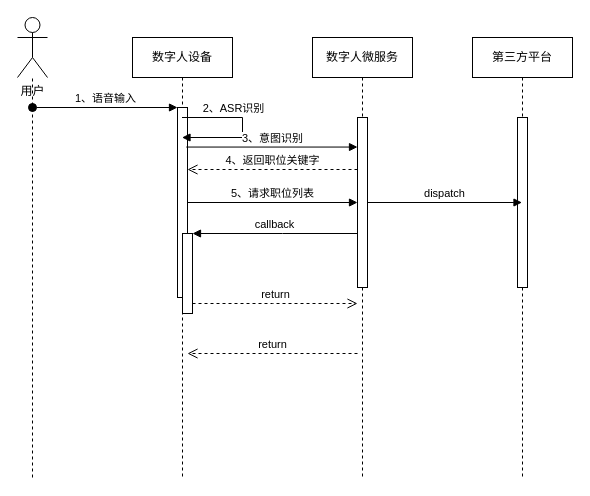
The draw.io diagram 未命名绘图.drawio in zhuxuchao/zhuxuchao.github.io, before the edit. Source tidied: cells renumbered, new cells numbered last; positions are measured from the earlier drawing's top-left corner, leaving out a move shared by most shapes. Both pictures are drawn from the tidied source at 100%, with x=0, y=0 at pixel (17, 17).
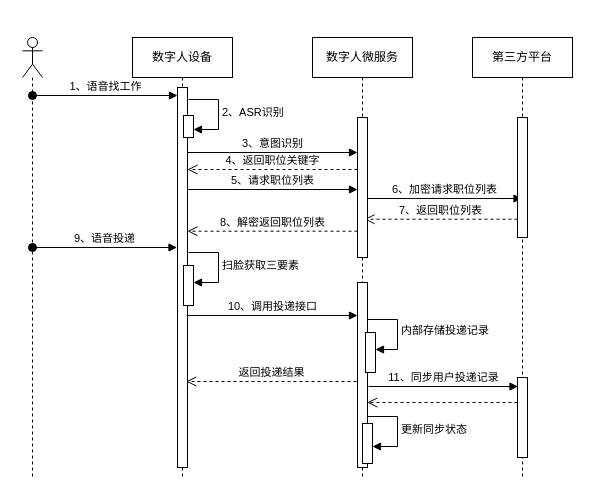
Above is the later version.

Commit message (it also covers changes not shown here):
更新未命名绘图.drawio

Unchanged cells that the change refers to:
```xml
<mxCell id="2" value="数字人设备" style="shape=umlLifeline;perimeter=lifelinePerimeter;whiteSpace=wrap;html=1;outlineConnect=0;portConstraint=eastwest;newEdgeStyle={&quot;edgeStyle&quot;:&quot;elbowEdgeStyle&quot;,&quot;elbow&quot;:&quot;vertical&quot;,&quot;curved&quot;:0,&quot;rounded&quot;:0};" parent="1" vertex="1">
  <mxGeometry x="115" y="20" width="100" height="440" as="geometry" />
</mxCell>
<mxCell id="6" value="数字人微服务" style="shape=umlLifeline;perimeter=lifelinePerimeter;whiteSpace=wrap;html=1;outlineConnect=0;portConstraint=eastwest;newEdgeStyle={&quot;edgeStyle&quot;:&quot;elbowEdgeStyle&quot;,&quot;elbow&quot;:&quot;vertical&quot;,&quot;curved&quot;:0,&quot;rounded&quot;:0};" parent="1" vertex="1">
  <mxGeometry x="295" y="20" width="100" height="440" as="geometry" />
</mxCell>
<mxCell id="13" value="第三方平台" style="shape=umlLifeline;perimeter=lifelinePerimeter;whiteSpace=wrap;html=1;outlineConnect=0;portConstraint=eastwest;newEdgeStyle={&quot;edgeStyle&quot;:&quot;elbowEdgeStyle&quot;,&quot;elbow&quot;:&quot;vertical&quot;,&quot;curved&quot;:0,&quot;rounded&quot;:0};" parent="1" vertex="1">
  <mxGeometry x="455" y="20" width="100" height="440" as="geometry" />
</mxCell>
```

Change to the diagram source:
```diff
@@
-    <mxCell id="3" style="html=1;points=[];perimeter=orthogonalPerimeter;outlineConnect=0;targetShapes=umlLifeline;portConstraint=eastwest;newEdgeStyle={&quot;edgeStyle&quot;:&quot;elbowEdgeStyle&quot;,&quot;elbow&quot;:&quot;vertical&quot;,&quot;curved&quot;:0,&quot;rounded&quot;:0};" parent="2" vertex="1">
-      <mxGeometry x="45" y="70" width="10" height="190" as="geometry" />
-    </mxCell>
-    <mxCell id="4" value="1、语音输入" style="html=1;verticalAlign=bottom;startArrow=oval;endArrow=block;startSize=8;edgeStyle=elbowEdgeStyle;elbow=vertical;curved=0;rounded=0;" parent="2" edge="1" target="3">
-      <mxGeometry relative="1" as="geometry">
-        <mxPoint x="-100" y="70" as="sourcePoint" />
-      </mxGeometry>
-    </mxCell>
-    <mxCell id="5" style="html=1;points=[];perimeter=orthogonalPerimeter;outlineConnect=0;targetShapes=umlLifeline;portConstraint=eastwest;newEdgeStyle={&quot;edgeStyle&quot;:&quot;elbowEdgeStyle&quot;,&quot;elbow&quot;:&quot;vertical&quot;,&quot;curved&quot;:0,&quot;rounded&quot;:0};" parent="2" vertex="1">
-      <mxGeometry x="50" y="196" width="10" height="80" as="geometry" />
-    </mxCell>
@@
-    <mxCell id="7" style="html=1;points=[];perimeter=orthogonalPerimeter;outlineConnect=0;targetShapes=umlLifeline;portConstraint=eastwest;newEdgeStyle={&quot;edgeStyle&quot;:&quot;elbowEdgeStyle&quot;,&quot;elbow&quot;:&quot;vertical&quot;,&quot;curved&quot;:0,&quot;rounded&quot;:0};" parent="6" vertex="1">
-      <mxGeometry x="45" y="80" width="10" height="170" as="geometry" />
-    </mxCell>
+    <mxCell id="20" style="html=1;perimeter=orthogonalPerimeter;targetShapes=umlLifeline;newEdgeStyle={&quot;curved&quot;:0,&quot;rounded&quot;:0};" parent="6" vertex="1">
+      <mxGeometry x="45" y="245" width="10" height="185" as="geometry" />
+    </mxCell>
+    <mxCell id="21" style="html=1;perimeter=orthogonalPerimeter;targetShapes=umlLifeline;newEdgeStyle={&quot;curved&quot;:0,&quot;rounded&quot;:0};" parent="6" vertex="1">
+      <mxGeometry x="53" y="295" width="10" height="40" as="geometry" />
+    </mxCell>
+    <mxCell id="22" value="内部存储投递记录" style="html=1;align=left;spacingLeft=2;endArrow=block;rounded=0;edgeStyle=orthogonalEdgeStyle;curved=0;rounded=0;" parent="6" edge="1">
+      <mxGeometry relative="1" as="geometry">
+        <mxPoint x="55" y="282" as="sourcePoint" />
+        <mxPoint x="63" y="312" as="targetPoint" />
+        <Array as="points">
+          <mxPoint x="85" y="312" />
+        </Array>
+      </mxGeometry>
+    </mxCell>
-    <mxCell id="8" value="return" style="html=1;verticalAlign=bottom;endArrow=open;dashed=1;endSize=8;edgeStyle=elbowEdgeStyle;elbow=vertical;curved=0;rounded=0;" parent="1" edge="1">
+    <mxCell id="8" value="8、解密返回职位列表" style="html=1;verticalAlign=bottom;endArrow=open;dashed=1;endSize=8;edgeStyle=elbowEdgeStyle;elbow=vertical;curved=0;rounded=0;" parent="1" edge="1" target="3">
       <mxGeometry relative="1" as="geometry">
-        <mxPoint x="340" y="336" as="sourcePoint" />
-        <mxPoint x="170" y="336" as="targetPoint" />
+        <mxPoint x="340" y="213.7" as="sourcePoint" />
         <Array as="points">
-          <mxPoint x="265" y="336" />
+          <mxPoint x="265" y="213.7" />
         </Array>
       </mxGeometry>
     </mxCell>
-    <mxCell id="9" value="callback" style="html=1;verticalAlign=bottom;endArrow=block;edgeStyle=elbowEdgeStyle;elbow=vertical;curved=0;rounded=0;" parent="1" edge="1" target="5">
-      <mxGeometry relative="1" as="geometry">
-        <mxPoint x="340" y="216" as="sourcePoint" />
-        <Array as="points">
-          <mxPoint x="265" y="216" />
-        </Array>
-      </mxGeometry>
-    </mxCell>
-    <mxCell id="10" value="return" style="html=1;verticalAlign=bottom;endArrow=open;dashed=1;endSize=8;edgeStyle=elbowEdgeStyle;elbow=vertical;curved=0;rounded=0;" parent="1" edge="1" source="5">
-      <mxGeometry relative="1" as="geometry">
-        <mxPoint x="340" y="286" as="targetPoint" />
-        <Array as="points">
-          <mxPoint x="255" y="286" />
-        </Array>
-      </mxGeometry>
-    </mxCell>
-    <mxCell id="11" value="用户" style="shape=umlActor;verticalLabelPosition=bottom;verticalAlign=top;html=1;outlineConnect=0;" parent="1" vertex="1">
-      <mxGeometry width="30" height="60" as="geometry" />
-    </mxCell>
-    <mxCell id="12" style="endArrow=none;dashed=1;html=1;rounded=0;" parent="1" edge="1" target="11">
-      <mxGeometry relative="1" as="geometry">
-        <mxPoint x="15" y="460" as="sourcePoint" />
-      </mxGeometry>
-    </mxCell>
@@
-    <mxCell id="14" style="html=1;points=[];perimeter=orthogonalPerimeter;outlineConnect=0;targetShapes=umlLifeline;portConstraint=eastwest;newEdgeStyle={&quot;edgeStyle&quot;:&quot;elbowEdgeStyle&quot;,&quot;elbow&quot;:&quot;vertical&quot;,&quot;curved&quot;:0,&quot;rounded&quot;:0};" parent="13" vertex="1">
-      <mxGeometry x="45" y="80" width="10" height="170" as="geometry" />
-    </mxCell>
-    <mxCell id="15" value="2、ASR识别" style="html=1;verticalAlign=bottom;endArrow=block;curved=0;rounded=0;" parent="1" edge="1" source="2" target="2">
-      <mxGeometry x="-0.28" relative="1" as="geometry">
-        <Array as="points">
-          <mxPoint x="225" y="100" />
-          <mxPoint x="225" y="120" />
-        </Array>
-      </mxGeometry>
-    </mxCell>
+    <mxCell id="23" style="html=1;perimeter=orthogonalPerimeter;targetShapes=umlLifeline;newEdgeStyle={&quot;curved&quot;:0,&quot;rounded&quot;:0};" parent="13" vertex="1">
+      <mxGeometry x="45" y="340" width="10" height="80" as="geometry" />
+    </mxCell>
-    <mxCell id="16" value="3、意图识别" style="html=1;verticalAlign=bottom;endArrow=block;curved=0;rounded=0;exitX=0.538;exitY=0.249;exitDx=0;exitDy=0;exitPerimeter=0;" parent="1" edge="1" source="2" target="7">
-      <mxGeometry relative="1" as="geometry" />
+    <mxCell id="16" value="3、意图识别" style="html=1;verticalAlign=bottom;endArrow=block;curved=0;rounded=0;" parent="1" edge="1">
+      <mxGeometry relative="1" as="geometry">
+        <mxPoint x="170" y="135" as="sourcePoint" />
+        <mxPoint x="340" y="135" as="targetPoint" />
+      </mxGeometry>
     </mxCell>
@@
-    <mxCell id="18" value="5、请求职位列表" style="html=1;verticalAlign=bottom;endArrow=block;curved=0;rounded=0;" parent="1" edge="1" source="3" target="7">
-      <mxGeometry relative="1" as="geometry" />
+    <mxCell id="18" value="5、请求职位列表" style="html=1;verticalAlign=bottom;endArrow=block;curved=0;rounded=0;" parent="1" edge="1">
+      <mxGeometry relative="1" as="geometry">
+        <mxPoint x="170" y="172" as="sourcePoint" />
+        <mxPoint x="340" y="172" as="targetPoint" />
+      </mxGeometry>
     </mxCell>
-    <mxCell id="19" value="dispatch" style="html=1;verticalAlign=bottom;endArrow=block;curved=0;rounded=0;" parent="1" edge="1" source="7" target="13">
-      <mxGeometry relative="1" as="geometry" />
+    <mxCell id="19" value="6、加密请求职位列表" style="html=1;verticalAlign=bottom;endArrow=block;curved=0;rounded=0;" parent="1" edge="1">
+      <mxGeometry relative="1" as="geometry">
+        <mxPoint x="350" y="181" as="sourcePoint" />
+        <mxPoint x="504.5" y="181" as="targetPoint" />
+      </mxGeometry>
     </mxCell>
+    <mxCell id="3" style="html=1;points=[];perimeter=orthogonalPerimeter;outlineConnect=0;targetShapes=umlLifeline;portConstraint=eastwest;newEdgeStyle={&quot;edgeStyle&quot;:&quot;elbowEdgeStyle&quot;,&quot;elbow&quot;:&quot;vertical&quot;,&quot;curved&quot;:0,&quot;rounded&quot;:0};" parent="1" vertex="1">
+      <mxGeometry x="160" y="70" width="10" height="380" as="geometry" />
+    </mxCell>
+    <mxCell id="24" value="7、返回职位列表" style="html=1;verticalAlign=bottom;endArrow=open;dashed=1;endSize=8;curved=0;rounded=0;entryX=0.519;entryY=0.413;entryDx=0;entryDy=0;entryPerimeter=0;" parent="1" edge="1" source="14" target="6">
+      <mxGeometry relative="1" as="geometry" />
+    </mxCell>
+    <mxCell id="4" value="1、语音找工作" style="html=1;verticalAlign=bottom;startArrow=oval;endArrow=block;startSize=8;edgeStyle=elbowEdgeStyle;elbow=vertical;curved=0;rounded=0;" parent="1" edge="1">
+      <mxGeometry relative="1" as="geometry">
+        <mxPoint x="15" y="78" as="sourcePoint" />
+        <mxPoint x="160" y="77.8" as="targetPoint" />
+      </mxGeometry>
+    </mxCell>
+    <mxCell id="7" style="html=1;points=[];perimeter=orthogonalPerimeter;outlineConnect=0;targetShapes=umlLifeline;portConstraint=eastwest;newEdgeStyle={&quot;edgeStyle&quot;:&quot;elbowEdgeStyle&quot;,&quot;elbow&quot;:&quot;vertical&quot;,&quot;curved&quot;:0,&quot;rounded&quot;:0};" parent="1" vertex="1">
+      <mxGeometry x="340" y="100" width="10" height="140" as="geometry" />
+    </mxCell>
+    <mxCell id="14" style="html=1;points=[];perimeter=orthogonalPerimeter;outlineConnect=0;targetShapes=umlLifeline;portConstraint=eastwest;newEdgeStyle={&quot;edgeStyle&quot;:&quot;elbowEdgeStyle&quot;,&quot;elbow&quot;:&quot;vertical&quot;,&quot;curved&quot;:0,&quot;rounded&quot;:0};" parent="1" vertex="1">
+      <mxGeometry x="500" y="100" width="10" height="120" as="geometry" />
+    </mxCell>
+    <mxCell id="25" style="shape=umlLifeline;perimeter=lifelinePerimeter;whiteSpace=wrap;html=1;newEdgeStyle={&quot;curved&quot;:0,&quot;rounded&quot;:0};participant=umlActor;" parent="1" vertex="1">
+      <mxGeometry x="5" y="20" width="20" height="440" as="geometry" />
+    </mxCell>
+    <mxCell id="26" style="html=1;perimeter=orthogonalPerimeter;targetShapes=umlLifeline;newEdgeStyle={&quot;curved&quot;:0,&quot;rounded&quot;:0};" parent="1" vertex="1">
+      <mxGeometry x="166" y="248" width="10" height="40" as="geometry" />
+    </mxCell>
+    <mxCell id="27" value="扫脸获取三要素" style="html=1;align=left;spacingLeft=2;endArrow=block;rounded=0;edgeStyle=orthogonalEdgeStyle;curved=0;rounded=0;" parent="1" edge="1">
+      <mxGeometry x="0.01" relative="1" as="geometry">
+        <mxPoint x="171" y="235" as="sourcePoint" />
+        <mxPoint x="176" y="265" as="targetPoint" />
+        <Array as="points">
+          <mxPoint x="201" y="265" />
+        </Array>
+      </mxGeometry>
+    </mxCell>
+    <mxCell id="28" value="9、语音投递" style="html=1;verticalAlign=bottom;startArrow=oval;startFill=1;endArrow=block;startSize=8;curved=0;rounded=0;" parent="1" edge="1">
+      <mxGeometry relative="1" as="geometry">
+        <mxPoint x="15" y="230" as="sourcePoint" />
+        <mxPoint x="159.5" y="230" as="targetPoint" />
+      </mxGeometry>
+    </mxCell>
+    <mxCell id="29" value="10、调用投递接口" style="html=1;verticalAlign=bottom;endArrow=block;curved=0;rounded=0;" parent="1" edge="1">
+      <mxGeometry relative="1" as="geometry">
+        <mxPoint x="169" y="298" as="sourcePoint" />
+        <mxPoint x="340" y="298" as="targetPoint" />
+      </mxGeometry>
+    </mxCell>
+    <mxCell id="30" value="11、同步用户投递记录" style="html=1;verticalAlign=bottom;endArrow=block;curved=0;rounded=0;" parent="1" edge="1">
+      <mxGeometry relative="1" as="geometry">
+        <mxPoint x="351" y="369" as="sourcePoint" />
+        <mxPoint x="500.5" y="369" as="targetPoint" />
+      </mxGeometry>
+    </mxCell>
+    <mxCell id="31" value="返回投递结果" style="html=1;verticalAlign=bottom;endArrow=open;dashed=1;endSize=8;curved=0;rounded=0;" parent="1" edge="1">
+      <mxGeometry relative="1" as="geometry">
+        <mxPoint x="339" y="364" as="sourcePoint" />
+        <mxPoint x="168.7" y="364" as="targetPoint" />
+      </mxGeometry>
+    </mxCell>
+    <mxCell id="32" style="html=1;verticalAlign=bottom;endArrow=open;dashed=1;endSize=8;curved=0;rounded=0;" parent="1" edge="1">
+      <mxGeometry relative="1" as="geometry">
+        <mxPoint x="500" y="385" as="sourcePoint" />
+        <mxPoint x="349.7" y="385" as="targetPoint" />
+      </mxGeometry>
+    </mxCell>
+    <mxCell id="33" style="html=1;perimeter=orthogonalPerimeter;targetShapes=umlLifeline;newEdgeStyle={&quot;curved&quot;:0,&quot;rounded&quot;:0};" parent="1" vertex="1">
+      <mxGeometry x="345" y="406" width="10" height="40" as="geometry" />
+    </mxCell>
+    <mxCell id="34" value="更新同步状态" style="html=1;align=left;spacingLeft=2;endArrow=block;rounded=0;edgeStyle=orthogonalEdgeStyle;curved=0;rounded=0;" parent="1" edge="1">
+      <mxGeometry relative="1" as="geometry">
+        <mxPoint x="350" y="399" as="sourcePoint" />
+        <mxPoint x="355" y="429" as="targetPoint" />
+        <Array as="points">
+          <mxPoint x="380" y="429" />
+        </Array>
+      </mxGeometry>
+    </mxCell>
+    <mxCell id="35" style="html=1;perimeter=orthogonalPerimeter;targetShapes=umlLifeline;newEdgeStyle={&quot;curved&quot;:0,&quot;rounded&quot;:0};" parent="1" vertex="1">
+      <mxGeometry x="166" y="98" width="10" height="22" as="geometry" />
+    </mxCell>
+    <mxCell id="15" value="2、ASR识别" style="html=1;align=left;spacingLeft=2;endArrow=block;rounded=0;edgeStyle=orthogonalEdgeStyle;curved=0;rounded=0;" parent="1" edge="1">
+      <mxGeometry relative="1" as="geometry">
+        <mxPoint x="171" y="82" as="sourcePoint" />
+        <mxPoint x="176" y="112" as="targetPoint" />
+        <Array as="points">
+          <mxPoint x="201" y="112" />
+        </Array>
+      </mxGeometry>
+    </mxCell>
```
